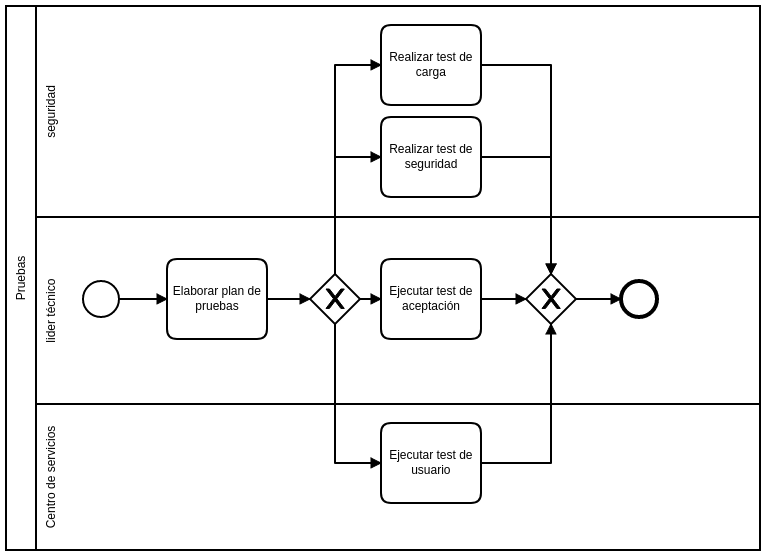
Above: procedimientos/imagenes/pruebas.png in udistrital/arquitectura_docs (BPMN), before the change. Its source is kept beside it as procedimientos/imagenes/pruebas.bpmn. Ids are renumbered. The source it was exported from:
```xml
<bpmn:definitions xmlns:bpmn="http://www.omg.org/spec/BPMN/20100524/MODEL" xmlns:bpmndi="http://www.omg.org/spec/BPMN/20100524/DI" xmlns:di="http://www.omg.org/spec/DD/20100524/DI" xmlns:dc="http://www.omg.org/spec/DD/20100524/DC" id="Definitions_n1" targetNamespace="http://bpmn.io/schema/bpmn" exporter="Camunda Modeler" exporterVersion="1.15.1">
  <bpmn:collaboration id="Collaboration_n2">
    <bpmn:participant id="Participant_n3" name="Pruebas" processRef="Process_1" />
  </bpmn:collaboration>
  <bpmn:process id="Process_1" isExecutable="true">
    <bpmn:laneSet id="LaneSet_n4">
      <bpmn:lane id="Lane_n5" name="seguridad">
        <bpmn:flowNodeRef>Task_n6</bpmn:flowNodeRef>
        <bpmn:flowNodeRef>Task_n7</bpmn:flowNodeRef>
      </bpmn:lane>
      <bpmn:lane id="Lane_n8" name="Centro de servicios">
        <bpmn:flowNodeRef>Task_n9</bpmn:flowNodeRef>
        <bpmn:childLaneSet id="LaneSet_n10" />
      </bpmn:lane>
      <bpmn:lane id="Lane_n11" name="lider técnico">
        <bpmn:flowNodeRef>Task_n12</bpmn:flowNodeRef>
        <bpmn:flowNodeRef>StartEvent_1</bpmn:flowNodeRef>
        <bpmn:flowNodeRef>ExclusiveGateway_n13</bpmn:flowNodeRef>
        <bpmn:flowNodeRef>Task_n14</bpmn:flowNodeRef>
        <bpmn:flowNodeRef>ExclusiveGateway_n15</bpmn:flowNodeRef>
        <bpmn:flowNodeRef>EndEvent_n16</bpmn:flowNodeRef>
      </bpmn:lane>
    </bpmn:laneSet>
    <bpmn:sequenceFlow id="SequenceFlow_n17" sourceRef="StartEvent_1" targetRef="Task_n12" />
    <bpmn:sequenceFlow id="SequenceFlow_n18" sourceRef="Task_n12" targetRef="ExclusiveGateway_n13" />
    <bpmn:sequenceFlow id="SequenceFlow_n19" sourceRef="ExclusiveGateway_n13" targetRef="Task_n6" />
    <bpmn:sequenceFlow id="SequenceFlow_n20" sourceRef="ExclusiveGateway_n13" targetRef="Task_n7" />
    <bpmn:task id="Task_n12" name="Elaborar plan de pruebas">
      <bpmn:incoming>SequenceFlow_n17</bpmn:incoming>
      <bpmn:outgoing>SequenceFlow_n18</bpmn:outgoing>
    </bpmn:task>
    <bpmn:startEvent id="StartEvent_1">
      <bpmn:outgoing>SequenceFlow_n17</bpmn:outgoing>
    </bpmn:startEvent>
    <bpmn:exclusiveGateway id="ExclusiveGateway_n13">
      <bpmn:incoming>SequenceFlow_n18</bpmn:incoming>
      <bpmn:outgoing>SequenceFlow_n19</bpmn:outgoing>
      <bpmn:outgoing>SequenceFlow_n20</bpmn:outgoing>
      <bpmn:outgoing>SequenceFlow_n21</bpmn:outgoing>
      <bpmn:outgoing>SequenceFlow_n22</bpmn:outgoing>
    </bpmn:exclusiveGateway>
    <bpmn:task id="Task_n6" name="Realizar test de carga">
      <bpmn:incoming>SequenceFlow_n19</bpmn:incoming>
      <bpmn:outgoing>SequenceFlow_n23</bpmn:outgoing>
    </bpmn:task>
    <bpmn:task id="Task_n7" name="Realizar test de seguridad">
      <bpmn:incoming>SequenceFlow_n20</bpmn:incoming>
      <bpmn:outgoing>SequenceFlow_n24</bpmn:outgoing>
    </bpmn:task>
    <bpmn:task id="Task_n14" name="Ejecutar test de aceptación">
      <bpmn:incoming>SequenceFlow_n21</bpmn:incoming>
      <bpmn:outgoing>SequenceFlow_n25</bpmn:outgoing>
    </bpmn:task>
    <bpmn:sequenceFlow id="SequenceFlow_n21" sourceRef="ExclusiveGateway_n13" targetRef="Task_n14" />
    <bpmn:sequenceFlow id="SequenceFlow_n22" sourceRef="ExclusiveGateway_n13" targetRef="Task_n9" />
    <bpmn:task id="Task_n9" name="Ejecutar test de usuario">
      <bpmn:incoming>SequenceFlow_n22</bpmn:incoming>
      <bpmn:outgoing>SequenceFlow_n26</bpmn:outgoing>
    </bpmn:task>
    <bpmn:sequenceFlow id="SequenceFlow_n25" sourceRef="Task_n14" targetRef="ExclusiveGateway_n15" />
    <bpmn:exclusiveGateway id="ExclusiveGateway_n15">
      <bpmn:incoming>SequenceFlow_n25</bpmn:incoming>
      <bpmn:incoming>SequenceFlow_n24</bpmn:incoming>
      <bpmn:incoming>SequenceFlow_n23</bpmn:incoming>
      <bpmn:incoming>SequenceFlow_n26</bpmn:incoming>
      <bpmn:outgoing>SequenceFlow_n27</bpmn:outgoing>
    </bpmn:exclusiveGateway>
    <bpmn:sequenceFlow id="SequenceFlow_n24" sourceRef="Task_n7" targetRef="ExclusiveGateway_n15" />
    <bpmn:sequenceFlow id="SequenceFlow_n23" sourceRef="Task_n6" targetRef="ExclusiveGateway_n15" />
    <bpmn:sequenceFlow id="SequenceFlow_n26" sourceRef="Task_n9" targetRef="ExclusiveGateway_n15" />
    <bpmn:endEvent id="EndEvent_n16">
      <bpmn:incoming>SequenceFlow_n27</bpmn:incoming>
    </bpmn:endEvent>
    <bpmn:sequenceFlow id="SequenceFlow_n27" sourceRef="ExclusiveGateway_n15" targetRef="EndEvent_n16" />
  </bpmn:process>
  <bpmndi:BPMNDiagram id="BPMNDiagram_1">
    <bpmndi:BPMNPlane id="BPMNPlane_1" bpmnElement="Collaboration_n2">
      <bpmndi:BPMNShape id="Participant_n3_di" bpmnElement="Participant_n3">
        <dc:Bounds x="123" y="-5" width="754" height="544" />
      </bpmndi:BPMNShape>
      <bpmndi:BPMNShape id="_BPMNShape_StartEvent_2" bpmnElement="StartEvent_1">
        <dc:Bounds x="200" y="270" width="36" height="36" />
      </bpmndi:BPMNShape>
      <bpmndi:BPMNShape id="Lane_n5_di" bpmnElement="Lane_n5">
        <dc:Bounds x="153" y="-5" width="724" height="211" />
      </bpmndi:BPMNShape>
      <bpmndi:BPMNShape id="Lane_n8_di" bpmnElement="Lane_n8">
        <dc:Bounds x="153" y="393" width="724" height="146" />
      </bpmndi:BPMNShape>
      <bpmndi:BPMNShape id="Lane_n11_di" bpmnElement="Lane_n11">
        <dc:Bounds x="153" y="206" width="724" height="187" />
      </bpmndi:BPMNShape>
      <bpmndi:BPMNShape id="Task_n12_di" bpmnElement="Task_n12">
        <dc:Bounds x="284" y="248" width="100" height="80" />
      </bpmndi:BPMNShape>
      <bpmndi:BPMNEdge id="SequenceFlow_n17_di" bpmnElement="SequenceFlow_n17">
        <di:waypoint x="236" y="288" />
        <di:waypoint x="284" y="288" />
      </bpmndi:BPMNEdge>
      <bpmndi:BPMNShape id="ExclusiveGateway_n13_di" bpmnElement="ExclusiveGateway_n13" isMarkerVisible="true">
        <dc:Bounds x="427" y="263" width="50" height="50" />
      </bpmndi:BPMNShape>
      <bpmndi:BPMNEdge id="SequenceFlow_n18_di" bpmnElement="SequenceFlow_n18">
        <di:waypoint x="384" y="288" />
        <di:waypoint x="427" y="288" />
      </bpmndi:BPMNEdge>
      <bpmndi:BPMNShape id="Task_n6_di" bpmnElement="Task_n6">
        <dc:Bounds x="498" y="14" width="100" height="80" />
      </bpmndi:BPMNShape>
      <bpmndi:BPMNEdge id="SequenceFlow_n19_di" bpmnElement="SequenceFlow_n19">
        <di:waypoint x="452" y="263" />
        <di:waypoint x="452" y="54" />
        <di:waypoint x="498" y="54" />
      </bpmndi:BPMNEdge>
      <bpmndi:BPMNShape id="Task_n7_di" bpmnElement="Task_n7">
        <dc:Bounds x="498" y="106" width="100" height="80" />
      </bpmndi:BPMNShape>
      <bpmndi:BPMNEdge id="SequenceFlow_n20_di" bpmnElement="SequenceFlow_n20">
        <di:waypoint x="452" y="263" />
        <di:waypoint x="452" y="146" />
        <di:waypoint x="498" y="146" />
      </bpmndi:BPMNEdge>
      <bpmndi:BPMNShape id="Task_n14_di" bpmnElement="Task_n14">
        <dc:Bounds x="498" y="248" width="100" height="80" />
      </bpmndi:BPMNShape>
      <bpmndi:BPMNEdge id="SequenceFlow_n21_di" bpmnElement="SequenceFlow_n21">
        <di:waypoint x="477" y="288" />
        <di:waypoint x="498" y="288" />
      </bpmndi:BPMNEdge>
      <bpmndi:BPMNShape id="Task_n9_di" bpmnElement="Task_n9">
        <dc:Bounds x="498" y="412" width="100" height="80" />
      </bpmndi:BPMNShape>
      <bpmndi:BPMNEdge id="SequenceFlow_n22_di" bpmnElement="SequenceFlow_n22">
        <di:waypoint x="452" y="313" />
        <di:waypoint x="452" y="452" />
        <di:waypoint x="498" y="452" />
      </bpmndi:BPMNEdge>
      <bpmndi:BPMNShape id="ExclusiveGateway_n15_di" bpmnElement="ExclusiveGateway_n15" isMarkerVisible="true">
        <dc:Bounds x="643" y="263" width="50" height="50" />
      </bpmndi:BPMNShape>
      <bpmndi:BPMNEdge id="SequenceFlow_n25_di" bpmnElement="SequenceFlow_n25">
        <di:waypoint x="598" y="288" />
        <di:waypoint x="643" y="288" />
      </bpmndi:BPMNEdge>
      <bpmndi:BPMNEdge id="SequenceFlow_n24_di" bpmnElement="SequenceFlow_n24">
        <di:waypoint x="598" y="146" />
        <di:waypoint x="668" y="146" />
        <di:waypoint x="668" y="263" />
      </bpmndi:BPMNEdge>
      <bpmndi:BPMNEdge id="SequenceFlow_n23_di" bpmnElement="SequenceFlow_n23">
        <di:waypoint x="598" y="54" />
        <di:waypoint x="668" y="54" />
        <di:waypoint x="668" y="263" />
      </bpmndi:BPMNEdge>
      <bpmndi:BPMNEdge id="SequenceFlow_n26_di" bpmnElement="SequenceFlow_n26">
        <di:waypoint x="598" y="452" />
        <di:waypoint x="668" y="452" />
        <di:waypoint x="668" y="313" />
      </bpmndi:BPMNEdge>
      <bpmndi:BPMNShape id="EndEvent_n16_di" bpmnElement="EndEvent_n16">
        <dc:Bounds x="738" y="270" width="36" height="36" />
      </bpmndi:BPMNShape>
      <bpmndi:BPMNEdge id="SequenceFlow_n27_di" bpmnElement="SequenceFlow_n27">
        <di:waypoint x="693" y="288" />
        <di:waypoint x="738" y="288" />
      </bpmndi:BPMNEdge>
    </bpmndi:BPMNPlane>
  </bpmndi:BPMNDiagram>
</bpmn:definitions>
```
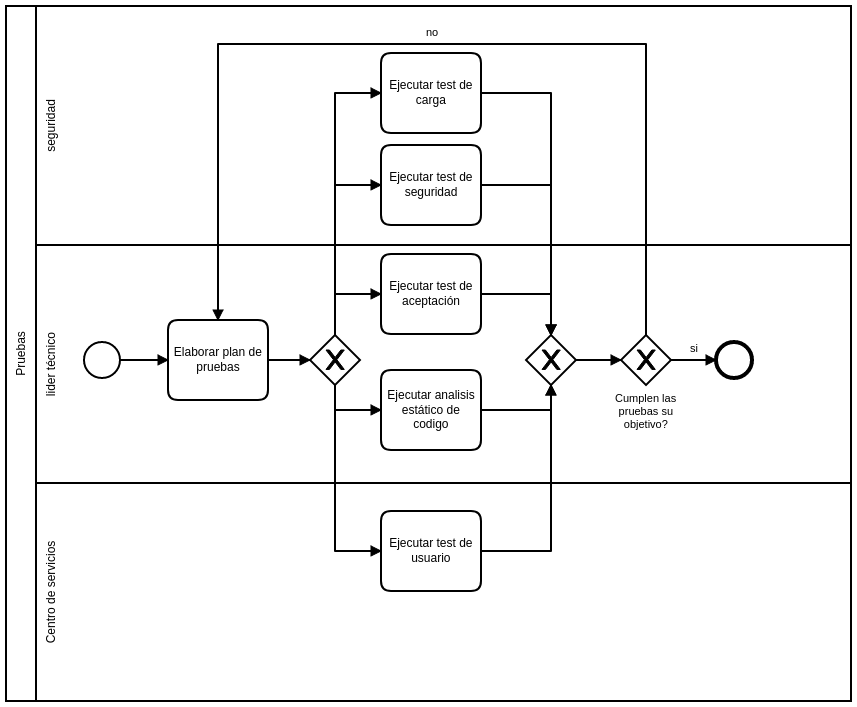
After the commit.

Commit message:
procedimiento de pruebas

Diff of the diagram source:
```diff
@@ -13,102 +13,120 @@
         <bpmn:childLaneSet id="LaneSet_n10" />
       </bpmn:lane>
       <bpmn:lane id="Lane_n11" name="lider técnico">
+        <bpmn:flowNodeRef>Task_n14</bpmn:flowNodeRef>
+        <bpmn:flowNodeRef>Task_n28</bpmn:flowNodeRef>
         <bpmn:flowNodeRef>Task_n12</bpmn:flowNodeRef>
+        <bpmn:flowNodeRef>ExclusiveGateway_n13</bpmn:flowNodeRef>
+        <bpmn:flowNodeRef>ExclusiveGateway_n15</bpmn:flowNodeRef>
         <bpmn:flowNodeRef>StartEvent_1</bpmn:flowNodeRef>
-        <bpmn:flowNodeRef>ExclusiveGateway_n13</bpmn:flowNodeRef>
-        <bpmn:flowNodeRef>Task_n14</bpmn:flowNodeRef>
-        <bpmn:flowNodeRef>ExclusiveGateway_n15</bpmn:flowNodeRef>
-        <bpmn:flowNodeRef>EndEvent_n16</bpmn:flowNodeRef>
+        <bpmn:flowNodeRef>ExclusiveGateway_n29</bpmn:flowNodeRef>
+        <bpmn:flowNodeRef>EndEvent_n30</bpmn:flowNodeRef>
       </bpmn:lane>
     </bpmn:laneSet>
     <bpmn:sequenceFlow id="SequenceFlow_n17" sourceRef="StartEvent_1" targetRef="Task_n12" />
     <bpmn:sequenceFlow id="SequenceFlow_n18" sourceRef="Task_n12" targetRef="ExclusiveGateway_n13" />
     <bpmn:sequenceFlow id="SequenceFlow_n19" sourceRef="ExclusiveGateway_n13" targetRef="Task_n6" />
     <bpmn:sequenceFlow id="SequenceFlow_n20" sourceRef="ExclusiveGateway_n13" targetRef="Task_n7" />
+    <bpmn:task id="Task_n6" name="Ejecutar test de carga">
+      <bpmn:incoming>SequenceFlow_n19</bpmn:incoming>
+      <bpmn:outgoing>SequenceFlow_n23</bpmn:outgoing>
+    </bpmn:task>
+    <bpmn:task id="Task_n7" name="Ejecutar test de seguridad">
+      <bpmn:incoming>SequenceFlow_n20</bpmn:incoming>
+      <bpmn:outgoing>SequenceFlow_n24</bpmn:outgoing>
+    </bpmn:task>
+    <bpmn:sequenceFlow id="SequenceFlow_n21" sourceRef="ExclusiveGateway_n13" targetRef="Task_n14" />
+    <bpmn:sequenceFlow id="SequenceFlow_n22" sourceRef="ExclusiveGateway_n13" targetRef="Task_n9" />
+    <bpmn:sequenceFlow id="SequenceFlow_n25" sourceRef="Task_n14" targetRef="ExclusiveGateway_n15" />
+    <bpmn:sequenceFlow id="SequenceFlow_n24" sourceRef="Task_n7" targetRef="ExclusiveGateway_n15" />
+    <bpmn:sequenceFlow id="SequenceFlow_n23" sourceRef="Task_n6" targetRef="ExclusiveGateway_n15" />
+    <bpmn:sequenceFlow id="SequenceFlow_n26" sourceRef="Task_n9" targetRef="ExclusiveGateway_n15" />
+    <bpmn:task id="Task_n14" name="Ejecutar test de aceptación">
+      <bpmn:incoming>SequenceFlow_n21</bpmn:incoming>
+      <bpmn:outgoing>SequenceFlow_n25</bpmn:outgoing>
+    </bpmn:task>
+    <bpmn:sequenceFlow id="SequenceFlow_n31" sourceRef="ExclusiveGateway_n13" targetRef="Task_n28" />
+    <bpmn:sequenceFlow id="SequenceFlow_n32" sourceRef="Task_n28" targetRef="ExclusiveGateway_n15" />
+    <bpmn:task id="Task_n9" name="Ejecutar test de usuario">
+      <bpmn:incoming>SequenceFlow_n22</bpmn:incoming>
+      <bpmn:outgoing>SequenceFlow_n26</bpmn:outgoing>
+    </bpmn:task>
+    <bpmn:task id="Task_n28" name="Ejecutar analisis estático de codigo">
+      <bpmn:incoming>SequenceFlow_n31</bpmn:incoming>
+      <bpmn:outgoing>SequenceFlow_n32</bpmn:outgoing>
+    </bpmn:task>
     <bpmn:task id="Task_n12" name="Elaborar plan de pruebas">
       <bpmn:incoming>SequenceFlow_n17</bpmn:incoming>
+      <bpmn:incoming>SequenceFlow_n33</bpmn:incoming>
       <bpmn:outgoing>SequenceFlow_n18</bpmn:outgoing>
     </bpmn:task>
-    <bpmn:startEvent id="StartEvent_1">
-      <bpmn:outgoing>SequenceFlow_n17</bpmn:outgoing>
-    </bpmn:startEvent>
     <bpmn:exclusiveGateway id="ExclusiveGateway_n13">
       <bpmn:incoming>SequenceFlow_n18</bpmn:incoming>
       <bpmn:outgoing>SequenceFlow_n19</bpmn:outgoing>
       <bpmn:outgoing>SequenceFlow_n20</bpmn:outgoing>
       <bpmn:outgoing>SequenceFlow_n21</bpmn:outgoing>
       <bpmn:outgoing>SequenceFlow_n22</bpmn:outgoing>
+      <bpmn:outgoing>SequenceFlow_n31</bpmn:outgoing>
     </bpmn:exclusiveGateway>
-    <bpmn:task id="Task_n6" name="Realizar test de carga">
-      <bpmn:incoming>SequenceFlow_n19</bpmn:incoming>
-      <bpmn:outgoing>SequenceFlow_n23</bpmn:outgoing>
-    </bpmn:task>
-    <bpmn:task id="Task_n7" name="Realizar test de seguridad">
-      <bpmn:incoming>SequenceFlow_n20</bpmn:incoming>
-      <bpmn:outgoing>SequenceFlow_n24</bpmn:outgoing>
-    </bpmn:task>
-    <bpmn:task id="Task_n14" name="Ejecutar test de aceptación">
-      <bpmn:incoming>SequenceFlow_n21</bpmn:incoming>
-      <bpmn:outgoing>SequenceFlow_n25</bpmn:outgoing>
-    </bpmn:task>
-    <bpmn:sequenceFlow id="SequenceFlow_n21" sourceRef="ExclusiveGateway_n13" targetRef="Task_n14" />
-    <bpmn:sequenceFlow id="SequenceFlow_n22" sourceRef="ExclusiveGateway_n13" targetRef="Task_n9" />
-    <bpmn:task id="Task_n9" name="Ejecutar test de usuario">
-      <bpmn:incoming>SequenceFlow_n22</bpmn:incoming>
-      <bpmn:outgoing>SequenceFlow_n26</bpmn:outgoing>
-    </bpmn:task>
-    <bpmn:sequenceFlow id="SequenceFlow_n25" sourceRef="Task_n14" targetRef="ExclusiveGateway_n15" />
     <bpmn:exclusiveGateway id="ExclusiveGateway_n15">
       <bpmn:incoming>SequenceFlow_n25</bpmn:incoming>
       <bpmn:incoming>SequenceFlow_n24</bpmn:incoming>
       <bpmn:incoming>SequenceFlow_n23</bpmn:incoming>
       <bpmn:incoming>SequenceFlow_n26</bpmn:incoming>
-      <bpmn:outgoing>SequenceFlow_n27</bpmn:outgoing>
+      <bpmn:incoming>SequenceFlow_n32</bpmn:incoming>
+      <bpmn:outgoing>SequenceFlow_n34</bpmn:outgoing>
     </bpmn:exclusiveGateway>
-    <bpmn:sequenceFlow id="SequenceFlow_n24" sourceRef="Task_n7" targetRef="ExclusiveGateway_n15" />
-    <bpmn:sequenceFlow id="SequenceFlow_n23" sourceRef="Task_n6" targetRef="ExclusiveGateway_n15" />
-    <bpmn:sequenceFlow id="SequenceFlow_n26" sourceRef="Task_n9" targetRef="ExclusiveGateway_n15" />
-    <bpmn:endEvent id="EndEvent_n16">
-      <bpmn:incoming>SequenceFlow_n27</bpmn:incoming>
+    <bpmn:startEvent id="StartEvent_1">
+      <bpmn:outgoing>SequenceFlow_n17</bpmn:outgoing>
+    </bpmn:startEvent>
+    <bpmn:exclusiveGateway id="ExclusiveGateway_n29" name="Cumplen las pruebas su objetivo?">
+      <bpmn:incoming>SequenceFlow_n34</bpmn:incoming>
+      <bpmn:outgoing>SequenceFlow_n33</bpmn:outgoing>
+      <bpmn:outgoing>SequenceFlow_n35</bpmn:outgoing>
+    </bpmn:exclusiveGateway>
+    <bpmn:sequenceFlow id="SequenceFlow_n34" sourceRef="ExclusiveGateway_n15" targetRef="ExclusiveGateway_n29" />
+    <bpmn:sequenceFlow id="SequenceFlow_n33" name="no" sourceRef="ExclusiveGateway_n29" targetRef="Task_n12" />
+    <bpmn:endEvent id="EndEvent_n30">
+      <bpmn:incoming>SequenceFlow_n35</bpmn:incoming>
     </bpmn:endEvent>
-    <bpmn:sequenceFlow id="SequenceFlow_n27" sourceRef="ExclusiveGateway_n15" targetRef="EndEvent_n16" />
+    <bpmn:sequenceFlow id="SequenceFlow_n35" name="si" sourceRef="ExclusiveGateway_n29" targetRef="EndEvent_n30" />
   </bpmn:process>
   <bpmndi:BPMNDiagram id="BPMNDiagram_1">
     <bpmndi:BPMNPlane id="BPMNPlane_1" bpmnElement="Collaboration_n2">
       <bpmndi:BPMNShape id="Participant_n3_di" bpmnElement="Participant_n3">
-        <dc:Bounds x="123" y="-5" width="754" height="544" />
+        <dc:Bounds x="123" y="-33" width="845" height="695" />
       </bpmndi:BPMNShape>
       <bpmndi:BPMNShape id="_BPMNShape_StartEvent_2" bpmnElement="StartEvent_1">
-        <dc:Bounds x="200" y="270" width="36" height="36" />
+        <dc:Bounds x="201" y="303" width="36" height="36" />
       </bpmndi:BPMNShape>
       <bpmndi:BPMNShape id="Lane_n5_di" bpmnElement="Lane_n5">
-        <dc:Bounds x="153" y="-5" width="724" height="211" />
+        <dc:Bounds x="153" y="-33" width="815" height="239" />
       </bpmndi:BPMNShape>
       <bpmndi:BPMNShape id="Lane_n8_di" bpmnElement="Lane_n8">
-        <dc:Bounds x="153" y="393" width="724" height="146" />
+        <dc:Bounds x="153" y="444" width="815" height="218" />
       </bpmndi:BPMNShape>
       <bpmndi:BPMNShape id="Lane_n11_di" bpmnElement="Lane_n11">
-        <dc:Bounds x="153" y="206" width="724" height="187" />
+        <dc:Bounds x="153" y="206" width="815" height="238" />
       </bpmndi:BPMNShape>
       <bpmndi:BPMNShape id="Task_n12_di" bpmnElement="Task_n12">
-        <dc:Bounds x="284" y="248" width="100" height="80" />
+        <dc:Bounds x="285" y="281" width="100" height="80" />
       </bpmndi:BPMNShape>
       <bpmndi:BPMNEdge id="SequenceFlow_n17_di" bpmnElement="SequenceFlow_n17">
-        <di:waypoint x="236" y="288" />
-        <di:waypoint x="284" y="288" />
+        <di:waypoint x="237" y="321" />
+        <di:waypoint x="285" y="321" />
       </bpmndi:BPMNEdge>
       <bpmndi:BPMNShape id="ExclusiveGateway_n13_di" bpmnElement="ExclusiveGateway_n13" isMarkerVisible="true">
-        <dc:Bounds x="427" y="263" width="50" height="50" />
+        <dc:Bounds x="427" y="296" width="50" height="50" />
       </bpmndi:BPMNShape>
       <bpmndi:BPMNEdge id="SequenceFlow_n18_di" bpmnElement="SequenceFlow_n18">
-        <di:waypoint x="384" y="288" />
-        <di:waypoint x="427" y="288" />
+        <di:waypoint x="385" y="321" />
+        <di:waypoint x="427" y="321" />
       </bpmndi:BPMNEdge>
       <bpmndi:BPMNShape id="Task_n6_di" bpmnElement="Task_n6">
         <dc:Bounds x="498" y="14" width="100" height="80" />
       </bpmndi:BPMNShape>
       <bpmndi:BPMNEdge id="SequenceFlow_n19_di" bpmnElement="SequenceFlow_n19">
-        <di:waypoint x="452" y="263" />
+        <di:waypoint x="452" y="296" />
         <di:waypoint x="452" y="54" />
         <di:waypoint x="498" y="54" />
       </bpmndi:BPMNEdge>
@@ -116,53 +134,90 @@
         <dc:Bounds x="498" y="106" width="100" height="80" />
       </bpmndi:BPMNShape>
       <bpmndi:BPMNEdge id="SequenceFlow_n20_di" bpmnElement="SequenceFlow_n20">
-        <di:waypoint x="452" y="263" />
+        <di:waypoint x="452" y="296" />
         <di:waypoint x="452" y="146" />
         <di:waypoint x="498" y="146" />
       </bpmndi:BPMNEdge>
       <bpmndi:BPMNShape id="Task_n14_di" bpmnElement="Task_n14">
-        <dc:Bounds x="498" y="248" width="100" height="80" />
+        <dc:Bounds x="498" y="215" width="100" height="80" />
       </bpmndi:BPMNShape>
       <bpmndi:BPMNEdge id="SequenceFlow_n21_di" bpmnElement="SequenceFlow_n21">
-        <di:waypoint x="477" y="288" />
-        <di:waypoint x="498" y="288" />
+        <di:waypoint x="452" y="296" />
+        <di:waypoint x="452" y="255" />
+        <di:waypoint x="498" y="255" />
       </bpmndi:BPMNEdge>
       <bpmndi:BPMNShape id="Task_n9_di" bpmnElement="Task_n9">
-        <dc:Bounds x="498" y="412" width="100" height="80" />
+        <dc:Bounds x="498" y="472" width="100" height="80" />
       </bpmndi:BPMNShape>
       <bpmndi:BPMNEdge id="SequenceFlow_n22_di" bpmnElement="SequenceFlow_n22">
-        <di:waypoint x="452" y="313" />
-        <di:waypoint x="452" y="452" />
-        <di:waypoint x="498" y="452" />
+        <di:waypoint x="452" y="346" />
+        <di:waypoint x="452" y="512" />
+        <di:waypoint x="498" y="512" />
       </bpmndi:BPMNEdge>
       <bpmndi:BPMNShape id="ExclusiveGateway_n15_di" bpmnElement="ExclusiveGateway_n15" isMarkerVisible="true">
-        <dc:Bounds x="643" y="263" width="50" height="50" />
+        <dc:Bounds x="643" y="296" width="50" height="50" />
       </bpmndi:BPMNShape>
       <bpmndi:BPMNEdge id="SequenceFlow_n25_di" bpmnElement="SequenceFlow_n25">
-        <di:waypoint x="598" y="288" />
-        <di:waypoint x="643" y="288" />
+        <di:waypoint x="598" y="255" />
+        <di:waypoint x="668" y="255" />
+        <di:waypoint x="668" y="296" />
       </bpmndi:BPMNEdge>
       <bpmndi:BPMNEdge id="SequenceFlow_n24_di" bpmnElement="SequenceFlow_n24">
         <di:waypoint x="598" y="146" />
         <di:waypoint x="668" y="146" />
-        <di:waypoint x="668" y="263" />
+        <di:waypoint x="668" y="296" />
       </bpmndi:BPMNEdge>
       <bpmndi:BPMNEdge id="SequenceFlow_n23_di" bpmnElement="SequenceFlow_n23">
         <di:waypoint x="598" y="54" />
         <di:waypoint x="668" y="54" />
-        <di:waypoint x="668" y="263" />
+        <di:waypoint x="668" y="296" />
       </bpmndi:BPMNEdge>
       <bpmndi:BPMNEdge id="SequenceFlow_n26_di" bpmnElement="SequenceFlow_n26">
-        <di:waypoint x="598" y="452" />
-        <di:waypoint x="668" y="452" />
-        <di:waypoint x="668" y="313" />
+        <di:waypoint x="598" y="512" />
+        <di:waypoint x="668" y="512" />
+        <di:waypoint x="668" y="346" />
       </bpmndi:BPMNEdge>
-      <bpmndi:BPMNShape id="EndEvent_n16_di" bpmnElement="EndEvent_n16">
-        <dc:Bounds x="738" y="270" width="36" height="36" />
+      <bpmndi:BPMNShape id="Task_n28_di" bpmnElement="Task_n28">
+        <dc:Bounds x="498" y="331" width="100" height="80" />
       </bpmndi:BPMNShape>
-      <bpmndi:BPMNEdge id="SequenceFlow_n27_di" bpmnElement="SequenceFlow_n27">
-        <di:waypoint x="693" y="288" />
-        <di:waypoint x="738" y="288" />
+      <bpmndi:BPMNEdge id="SequenceFlow_n31_di" bpmnElement="SequenceFlow_n31">
+        <di:waypoint x="452" y="346" />
+        <di:waypoint x="452" y="371" />
+        <di:waypoint x="498" y="371" />
+      </bpmndi:BPMNEdge>
+      <bpmndi:BPMNEdge id="SequenceFlow_n32_di" bpmnElement="SequenceFlow_n32">
+        <di:waypoint x="598" y="371" />
+        <di:waypoint x="668" y="371" />
+        <di:waypoint x="668" y="346" />
+      </bpmndi:BPMNEdge>
+      <bpmndi:BPMNShape id="ExclusiveGateway_n29_di" bpmnElement="ExclusiveGateway_n29" isMarkerVisible="true">
+        <dc:Bounds x="738" y="296" width="50" height="50" />
+        <bpmndi:BPMNLabel>
+          <dc:Bounds x="732" y="353" width="62" height="40" />
+        </bpmndi:BPMNLabel>
+      </bpmndi:BPMNShape>
+      <bpmndi:BPMNEdge id="SequenceFlow_n34_di" bpmnElement="SequenceFlow_n34">
+        <di:waypoint x="693" y="321" />
+        <di:waypoint x="738" y="321" />
+      </bpmndi:BPMNEdge>
+      <bpmndi:BPMNEdge id="SequenceFlow_n33_di" bpmnElement="SequenceFlow_n33">
+        <di:waypoint x="763" y="296" />
+        <di:waypoint x="763" y="5" />
+        <di:waypoint x="335" y="5" />
+        <di:waypoint x="335" y="281" />
+        <bpmndi:BPMNLabel>
+          <dc:Bounds x="543" y="-13" width="13" height="14" />
+        </bpmndi:BPMNLabel>
+      </bpmndi:BPMNEdge>
+      <bpmndi:BPMNShape id="EndEvent_n30_di" bpmnElement="EndEvent_n30">
+        <dc:Bounds x="833" y="303" width="36" height="36" />
+      </bpmndi:BPMNShape>
+      <bpmndi:BPMNEdge id="SequenceFlow_n35_di" bpmnElement="SequenceFlow_n35">
+        <di:waypoint x="788" y="321" />
+        <di:waypoint x="833" y="321" />
+        <bpmndi:BPMNLabel>
+          <dc:Bounds x="807" y="303" width="8" height="14" />
+        </bpmndi:BPMNLabel>
       </bpmndi:BPMNEdge>
     </bpmndi:BPMNPlane>
   </bpmndi:BPMNDiagram>
```
